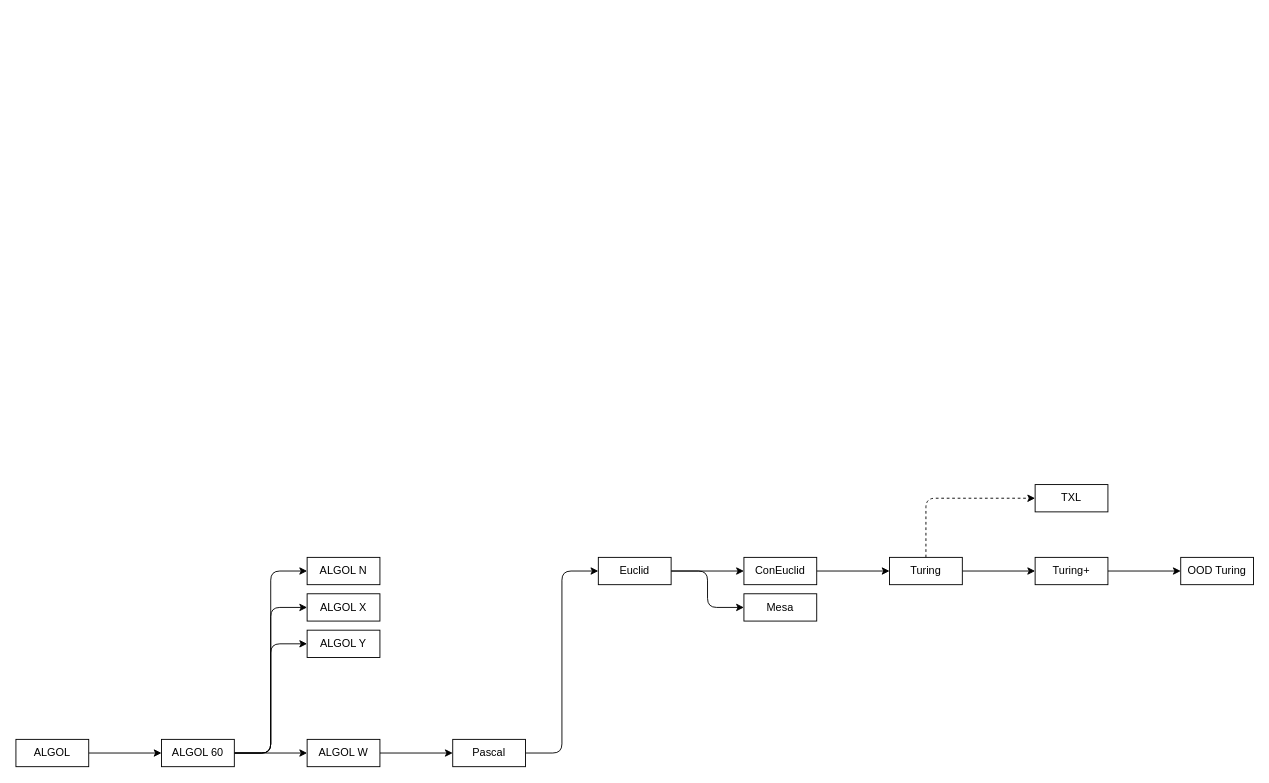
Before: pltree.drawio in lexitoria/pltree, a draw.io diagram. Source tidied: cells renumbered, new cells numbered last; positions are measured from the earlier drawing's top-left corner, leaving out a move shared by most shapes. Both pictures are drawn from the tidied source at 91%, with x=0, y=0 at pixel (15, 484).
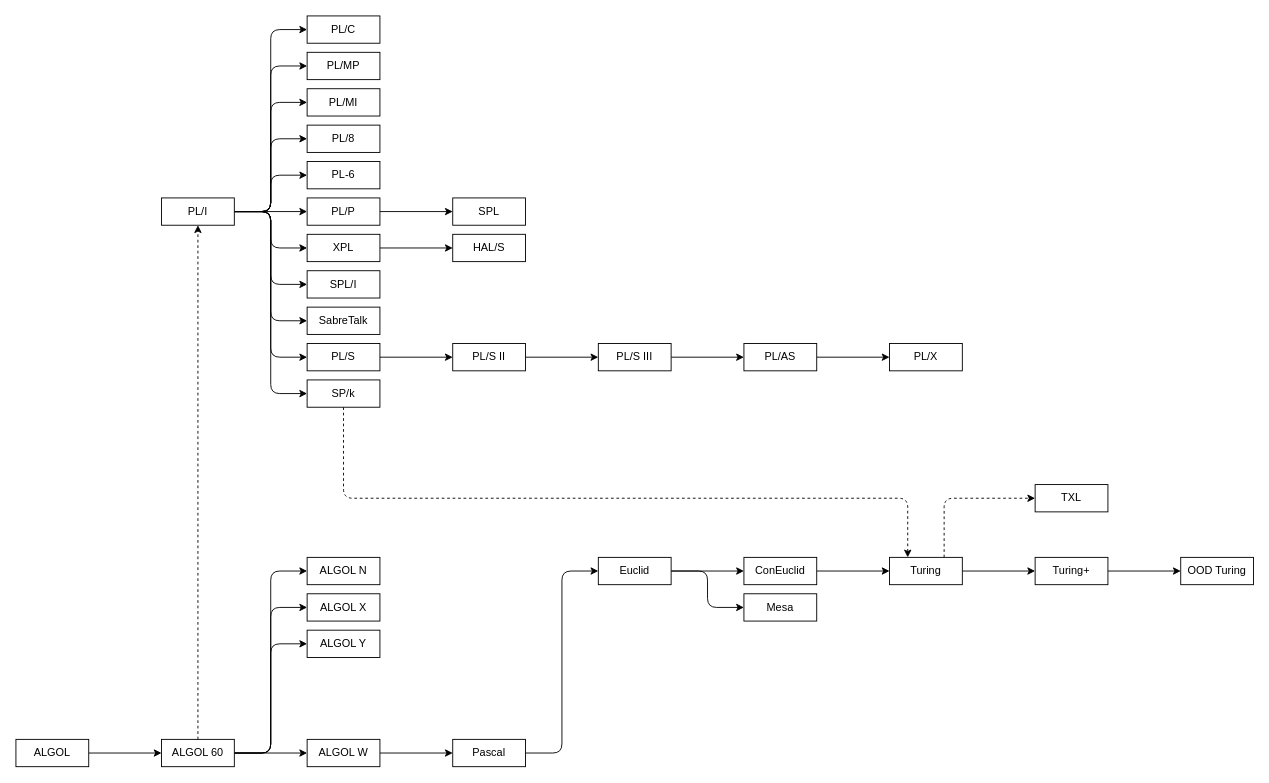
Above is the later version.

Unchanged cells that the change refers to:
```xml
<mxCell id="8" value="ALGOL 60" style="rounded=0;whiteSpace=wrap;html=1;labelBackgroundColor=none;" parent="1" vertex="1">
  <mxGeometry x="160" y="280" width="80" height="30" as="geometry" />
</mxCell>
<mxCell id="24" value="Turing" style="rounded=0;whiteSpace=wrap;html=1;strokeColor=default;fontFamily=Helvetica;fontSize=12;fontColor=default;fillColor=default;" parent="1" vertex="1">
  <mxGeometry x="960" y="80" width="80" height="30" as="geometry" />
</mxCell>
<mxCell id="28" value="TXL" style="rounded=0;whiteSpace=wrap;html=1;strokeColor=default;fontFamily=Helvetica;fontSize=12;fontColor=default;fillColor=default;" parent="1" vertex="1">
  <mxGeometry x="1120" width="80" height="30" as="geometry" />
</mxCell>
```

The edit, as a diff of the source:
```diff
@@
+    <mxCell id="29" style="edgeStyle=orthogonalEdgeStyle;jettySize=auto;html=1;exitX=0.5;exitY=0;exitDx=0;exitDy=0;entryX=0.5;entryY=1;entryDx=0;entryDy=0;fontFamily=Helvetica;fontSize=12;fontColor=default;dashed=1;" parent="1" edge="1" source="8" target="41">
+      <mxGeometry relative="1" as="geometry" />
+    </mxCell>
@@
-    <mxCell id="23" style="edgeStyle=orthogonalEdgeStyle;jettySize=auto;html=1;exitX=0.5;exitY=0;exitDx=0;exitDy=0;entryX=0;entryY=0.5;entryDx=0;entryDy=0;fontFamily=Helvetica;fontSize=12;fontColor=default;rounded=1;dashed=1;" parent="1" edge="1" source="24" target="28">
+    <mxCell id="23" style="edgeStyle=orthogonalEdgeStyle;jettySize=auto;html=1;exitX=0.75;exitY=0;exitDx=0;exitDy=0;entryX=0;entryY=0.5;entryDx=0;entryDy=0;fontFamily=Helvetica;fontSize=12;fontColor=default;rounded=1;dashed=1;" parent="1" edge="1" source="24" target="28">
       <mxGeometry relative="1" as="geometry" />
     </mxCell>
@@
+    <mxCell id="30" style="edgeStyle=orthogonalEdgeStyle;jettySize=auto;html=1;exitX=1;exitY=0.5;exitDx=0;exitDy=0;entryX=0;entryY=0.5;entryDx=0;entryDy=0;fontFamily=Helvetica;fontSize=12;fontColor=default;" parent="1" edge="1" source="41" target="42">
+      <mxGeometry relative="1" as="geometry" />
+    </mxCell>
+    <mxCell id="31" style="edgeStyle=orthogonalEdgeStyle;jettySize=auto;html=1;exitX=1;exitY=0.5;exitDx=0;exitDy=0;entryX=0;entryY=0.5;entryDx=0;entryDy=0;fontFamily=Helvetica;fontSize=12;fontColor=default;" parent="1" edge="1" source="41" target="43">
+      <mxGeometry relative="1" as="geometry" />
+    </mxCell>
+    <mxCell id="32" style="edgeStyle=orthogonalEdgeStyle;jettySize=auto;html=1;exitX=1;exitY=0.5;exitDx=0;exitDy=0;entryX=0;entryY=0.5;entryDx=0;entryDy=0;fontFamily=Helvetica;fontSize=12;fontColor=default;" parent="1" edge="1" source="41" target="44">
+      <mxGeometry relative="1" as="geometry" />
+    </mxCell>
+    <mxCell id="33" style="edgeStyle=orthogonalEdgeStyle;jettySize=auto;html=1;exitX=1;exitY=0.5;exitDx=0;exitDy=0;entryX=0;entryY=0.5;entryDx=0;entryDy=0;fontFamily=Helvetica;fontSize=12;fontColor=default;" parent="1" edge="1" source="41" target="45">
+      <mxGeometry relative="1" as="geometry" />
+    </mxCell>
+    <mxCell id="34" style="edgeStyle=orthogonalEdgeStyle;jettySize=auto;html=1;exitX=1;exitY=0.5;exitDx=0;exitDy=0;entryX=0;entryY=0.5;entryDx=0;entryDy=0;fontFamily=Helvetica;fontSize=12;fontColor=default;" parent="1" edge="1" source="41" target="46">
+      <mxGeometry relative="1" as="geometry" />
+    </mxCell>
+    <mxCell id="35" style="edgeStyle=orthogonalEdgeStyle;jettySize=auto;html=1;exitX=1;exitY=0.5;exitDx=0;exitDy=0;entryX=0;entryY=0.5;entryDx=0;entryDy=0;fontFamily=Helvetica;fontSize=12;fontColor=default;" parent="1" edge="1" source="41" target="48">
+      <mxGeometry relative="1" as="geometry" />
+    </mxCell>
+    <mxCell id="36" style="edgeStyle=orthogonalEdgeStyle;jettySize=auto;html=1;exitX=1;exitY=0.5;exitDx=0;exitDy=0;entryX=0;entryY=0.5;entryDx=0;entryDy=0;fontFamily=Helvetica;fontSize=12;fontColor=default;" parent="1" edge="1" source="41" target="50">
+      <mxGeometry relative="1" as="geometry" />
+    </mxCell>
+    <mxCell id="37" style="edgeStyle=orthogonalEdgeStyle;jettySize=auto;html=1;exitX=1;exitY=0.5;exitDx=0;exitDy=0;entryX=0;entryY=0.5;entryDx=0;entryDy=0;fontFamily=Helvetica;fontSize=12;fontColor=default;" parent="1" edge="1" source="41" target="51">
+      <mxGeometry relative="1" as="geometry" />
+    </mxCell>
+    <mxCell id="38" style="edgeStyle=orthogonalEdgeStyle;jettySize=auto;html=1;exitX=1;exitY=0.5;exitDx=0;exitDy=0;entryX=0;entryY=0.5;entryDx=0;entryDy=0;fontFamily=Helvetica;fontSize=12;fontColor=default;" parent="1" edge="1" source="41" target="52">
+      <mxGeometry relative="1" as="geometry" />
+    </mxCell>
+    <mxCell id="39" style="edgeStyle=orthogonalEdgeStyle;jettySize=auto;html=1;exitX=1;exitY=0.5;exitDx=0;exitDy=0;entryX=0;entryY=0.5;entryDx=0;entryDy=0;fontFamily=Helvetica;fontSize=12;fontColor=default;" parent="1" edge="1" source="41" target="54">
+      <mxGeometry relative="1" as="geometry" />
+    </mxCell>
+    <mxCell id="40" style="edgeStyle=orthogonalEdgeStyle;jettySize=auto;html=1;exitX=1;exitY=0.5;exitDx=0;exitDy=0;entryX=0;entryY=0.5;entryDx=0;entryDy=0;fontFamily=Helvetica;fontSize=12;fontColor=default;" parent="1" edge="1" source="41" target="56">
+      <mxGeometry relative="1" as="geometry" />
+    </mxCell>
+    <mxCell id="41" value="PL/I" style="rounded=0;whiteSpace=wrap;html=1;labelBackgroundColor=none;" parent="1" vertex="1">
+      <mxGeometry x="160" y="-315" width="80" height="30" as="geometry" />
+    </mxCell>
+    <mxCell id="42" value="PL/C" style="rounded=0;whiteSpace=wrap;html=1;labelBackgroundColor=none;" parent="1" vertex="1">
+      <mxGeometry x="320" y="-515" width="80" height="30" as="geometry" />
+    </mxCell>
+    <mxCell id="43" value="PL/MP" style="rounded=0;whiteSpace=wrap;html=1;labelBackgroundColor=none;" parent="1" vertex="1">
+      <mxGeometry x="320" y="-475" width="80" height="30" as="geometry" />
+    </mxCell>
+    <mxCell id="44" value="PL/MI" style="rounded=0;whiteSpace=wrap;html=1;labelBackgroundColor=none;" parent="1" vertex="1">
+      <mxGeometry x="320" y="-435" width="80" height="30" as="geometry" />
+    </mxCell>
+    <mxCell id="45" value="PL/8" style="rounded=0;whiteSpace=wrap;html=1;labelBackgroundColor=none;" parent="1" vertex="1">
+      <mxGeometry x="320" y="-395" width="80" height="30" as="geometry" />
+    </mxCell>
+    <mxCell id="46" value="PL-6" style="rounded=0;whiteSpace=wrap;html=1;labelBackgroundColor=none;" parent="1" vertex="1">
+      <mxGeometry x="320" y="-355" width="80" height="30" as="geometry" />
+    </mxCell>
+    <mxCell id="47" style="edgeStyle=orthogonalEdgeStyle;jettySize=auto;html=1;exitX=1;exitY=0.5;exitDx=0;exitDy=0;entryX=0;entryY=0.5;entryDx=0;entryDy=0;fontFamily=Helvetica;fontSize=12;fontColor=default;" parent="1" edge="1" source="48" target="57">
+      <mxGeometry relative="1" as="geometry" />
+    </mxCell>
+    <mxCell id="48" value="PL/P" style="rounded=0;whiteSpace=wrap;html=1;labelBackgroundColor=none;" parent="1" vertex="1">
+      <mxGeometry x="320" y="-315" width="80" height="30" as="geometry" />
+    </mxCell>
+    <mxCell id="49" style="edgeStyle=orthogonalEdgeStyle;jettySize=auto;html=1;exitX=1;exitY=0.5;exitDx=0;exitDy=0;entryX=0;entryY=0.5;entryDx=0;entryDy=0;fontFamily=Helvetica;fontSize=12;fontColor=default;" parent="1" edge="1" source="50" target="58">
+      <mxGeometry relative="1" as="geometry" />
+    </mxCell>
+    <mxCell id="50" value="XPL" style="rounded=0;whiteSpace=wrap;html=1;labelBackgroundColor=none;" parent="1" vertex="1">
+      <mxGeometry x="320" y="-275" width="80" height="30" as="geometry" />
+    </mxCell>
+    <mxCell id="51" value="SPL/I" style="rounded=0;whiteSpace=wrap;html=1;labelBackgroundColor=none;" parent="1" vertex="1">
+      <mxGeometry x="320" y="-235" width="80" height="30" as="geometry" />
+    </mxCell>
+    <mxCell id="52" value="SabreTalk" style="rounded=0;whiteSpace=wrap;html=1;labelBackgroundColor=none;" parent="1" vertex="1">
+      <mxGeometry x="320" y="-195" width="80" height="30" as="geometry" />
+    </mxCell>
+    <mxCell id="53" style="edgeStyle=orthogonalEdgeStyle;jettySize=auto;html=1;exitX=1;exitY=0.5;exitDx=0;exitDy=0;fontFamily=Helvetica;fontSize=12;fontColor=default;" parent="1" edge="1" source="54" target="60">
+      <mxGeometry relative="1" as="geometry" />
+    </mxCell>
+    <mxCell id="54" value="PL/S" style="rounded=0;whiteSpace=wrap;html=1;labelBackgroundColor=none;" parent="1" vertex="1">
+      <mxGeometry x="320" y="-155" width="80" height="30" as="geometry" />
+    </mxCell>
+    <mxCell id="55" style="edgeStyle=orthogonalEdgeStyle;jettySize=auto;html=1;exitX=0.5;exitY=1;exitDx=0;exitDy=0;entryX=0.25;entryY=0;entryDx=0;entryDy=0;fontFamily=Helvetica;fontSize=12;fontColor=default;dashed=1;" parent="1" edge="1" source="56" target="24">
+      <mxGeometry relative="1" as="geometry">
+        <Array as="points">
+          <mxPoint x="360" y="15" />
+          <mxPoint x="980" y="15" />
+        </Array>
+      </mxGeometry>
+    </mxCell>
+    <mxCell id="56" value="SP/k" style="rounded=0;whiteSpace=wrap;html=1;labelBackgroundColor=none;" parent="1" vertex="1">
+      <mxGeometry x="320" y="-115" width="80" height="30" as="geometry" />
+    </mxCell>
+    <mxCell id="57" value="SPL" style="rounded=0;whiteSpace=wrap;html=1;labelBackgroundColor=none;" parent="1" vertex="1">
+      <mxGeometry x="480" y="-315" width="80" height="30" as="geometry" />
+    </mxCell>
+    <mxCell id="58" value="HAL/S" style="rounded=0;whiteSpace=wrap;html=1;labelBackgroundColor=none;" parent="1" vertex="1">
+      <mxGeometry x="480" y="-275" width="80" height="30" as="geometry" />
+    </mxCell>
+    <mxCell id="59" style="edgeStyle=orthogonalEdgeStyle;jettySize=auto;html=1;exitX=1;exitY=0.5;exitDx=0;exitDy=0;entryX=0;entryY=0.5;entryDx=0;entryDy=0;fontFamily=Helvetica;fontSize=12;fontColor=default;" parent="1" edge="1" source="60" target="62">
+      <mxGeometry relative="1" as="geometry" />
+    </mxCell>
+    <mxCell id="60" value="PL/S II" style="rounded=0;whiteSpace=wrap;html=1;labelBackgroundColor=none;" parent="1" vertex="1">
+      <mxGeometry x="480" y="-155" width="80" height="30" as="geometry" />
+    </mxCell>
+    <mxCell id="61" style="edgeStyle=orthogonalEdgeStyle;jettySize=auto;html=1;exitX=1;exitY=0.5;exitDx=0;exitDy=0;fontFamily=Helvetica;fontSize=12;fontColor=default;" parent="1" edge="1" source="62" target="64">
+      <mxGeometry relative="1" as="geometry" />
+    </mxCell>
+    <mxCell id="62" value="PL/S III" style="rounded=0;whiteSpace=wrap;html=1;labelBackgroundColor=none;" parent="1" vertex="1">
+      <mxGeometry x="640" y="-155" width="80" height="30" as="geometry" />
+    </mxCell>
+    <mxCell id="63" style="edgeStyle=orthogonalEdgeStyle;jettySize=auto;html=1;exitX=1;exitY=0.5;exitDx=0;exitDy=0;fontFamily=Helvetica;fontSize=12;fontColor=default;" parent="1" edge="1" source="64" target="65">
+      <mxGeometry relative="1" as="geometry" />
+    </mxCell>
+    <mxCell id="64" value="PL/AS" style="rounded=0;whiteSpace=wrap;html=1;labelBackgroundColor=none;" parent="1" vertex="1">
+      <mxGeometry x="800" y="-155" width="80" height="30" as="geometry" />
+    </mxCell>
+    <mxCell id="65" value="PL/X" style="rounded=0;whiteSpace=wrap;html=1;labelBackgroundColor=none;" parent="1" vertex="1">
+      <mxGeometry x="960" y="-155" width="80" height="30" as="geometry" />
+    </mxCell>
```
